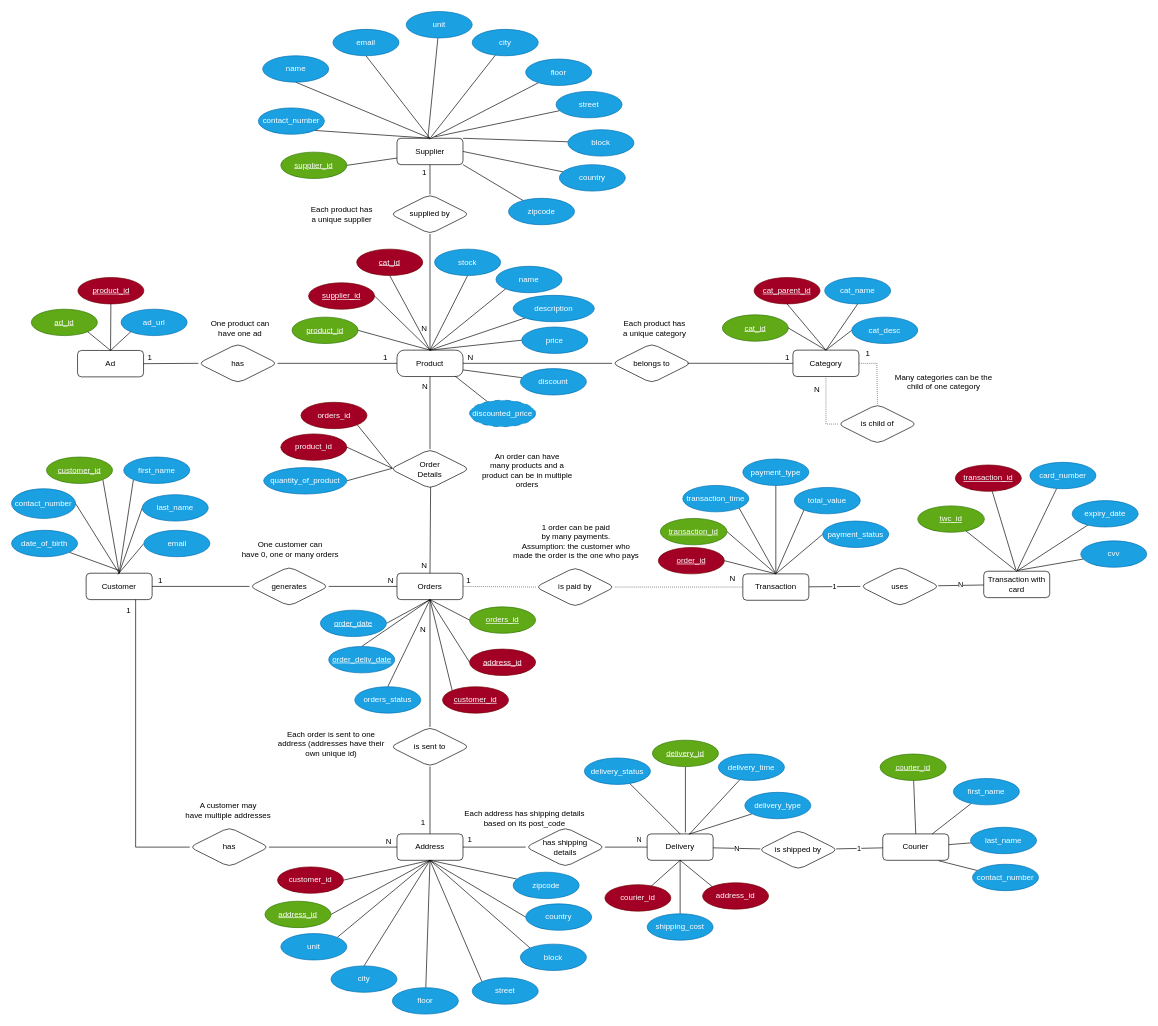
diego-karsa/Data-Management-Group-15 keeps this draw.io diagram as E_R_Diagram/final_ER.drawio. Above is the earlier version. Source tidied: cells renumbered, new cells numbered last; positions are measured from the earlier drawing's top-left corner, leaving out a move shared by most shapes. Both pictures are drawn from the tidied source at 66%, with x=0, y=0 at pixel (11, 11).
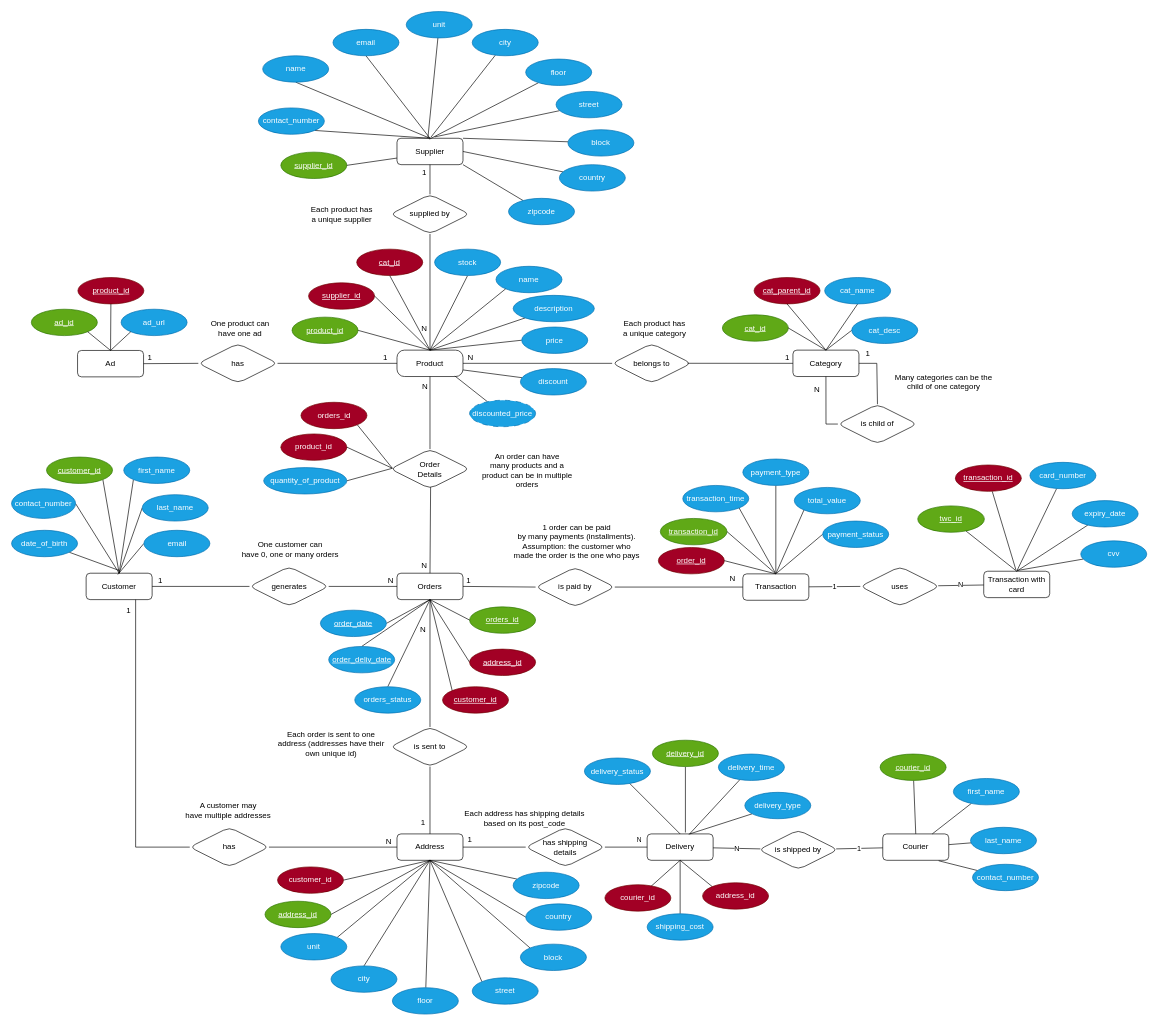
The same diagram, later.

Unchanged cells that the change refers to:
```xml
<mxCell id="7" value="Orders" style="whiteSpace=wrap;html=1;align=center;rounded=1;" parent="1" vertex="1">
  <mxGeometry x="584" y="851" width="100" height="40" as="geometry" />
</mxCell>
<mxCell id="13" value="Transaction" style="whiteSpace=wrap;html=1;align=center;rounded=1;" parent="1" vertex="1">
  <mxGeometry x="1108" y="852" width="100" height="40" as="geometry" />
</mxCell>
<mxCell id="16" value="Category" style="whiteSpace=wrap;html=1;align=center;rounded=1;" parent="1" vertex="1">
  <mxGeometry x="1183.9" y="513" width="100" height="40" as="geometry" />
</mxCell>
<mxCell id="62" value="is paid by" style="shape=rhombus;perimeter=rhombusPerimeter;whiteSpace=wrap;html=1;align=center;rounded=1;" parent="1" vertex="1">
  <mxGeometry x="794" y="842" width="120" height="60" as="geometry" />
</mxCell>
<mxCell id="82" value="is child of" style="shape=rhombus;perimeter=rhombusPerimeter;whiteSpace=wrap;html=1;align=center;rounded=1;shadow=0;" parent="1" vertex="1">
  <mxGeometry x="1252" y="595" width="120" height="60" as="geometry" />
</mxCell>
```

The edit, as a diff of the source:
```diff
@@
-    <mxCell id="63" style="endArrow=none;html=1;rounded=0;dashed=1;dashPattern=1 2;entryX=0;entryY=0.5;entryDx=0;entryDy=0;exitX=1;exitY=0.5;exitDx=0;exitDy=0;" parent="1" edge="1" source="62" target="13">
+    <mxCell id="63" style="endArrow=none;html=1;rounded=0;entryX=0;entryY=0.5;entryDx=0;entryDy=0;exitX=1;exitY=0.5;exitDx=0;exitDy=0;" parent="1" edge="1" source="62" target="13">
       <mxGeometry relative="1" as="geometry" />
     </mxCell>
@@
-    <mxCell id="65" style="endArrow=none;html=1;rounded=0;dashed=1;dashPattern=1 2;exitX=0;exitY=0.5;exitDx=0;exitDy=0;entryX=1;entryY=0.5;entryDx=0;entryDy=0;" parent="1" edge="1" source="62" target="7">
+    <mxCell id="65" style="endArrow=none;html=1;rounded=0;exitX=0;exitY=0.5;exitDx=0;exitDy=0;entryX=1;entryY=0.5;entryDx=0;entryDy=0;" parent="1" edge="1" source="62" target="7">
       <mxGeometry relative="1" as="geometry" />
     </mxCell>
@@
-    <mxCell id="69" value="&lt;div&gt;1 order can be paid &lt;br&gt;by many payments.&lt;br&gt;Assumption: the customer who&lt;br&gt;made the order is the one who pays&lt;/div&gt;" style="text;html=1;align=center;verticalAlign=middle;strokeColor=none;fillColor=none;" parent="1" vertex="1">
-      <mxGeometry x="753" y="768" width="204" height="70" as="geometry" />
+    <mxCell id="69" value="&lt;div&gt;1 order can be paid &lt;br&gt;by many payments (installments).&lt;br&gt;Assumption: the customer who&lt;br&gt;made the order is the one who pays&lt;/div&gt;" style="text;html=1;align=center;verticalAlign=middle;strokeColor=none;fillColor=none;" parent="1" vertex="1">
+      <mxGeometry x="751" y="768" width="209" height="70" as="geometry" />
     </mxCell>
@@
-    <mxCell id="86" style="endArrow=none;html=1;rounded=0;dashed=1;dashPattern=1 2;exitX=0;exitY=0.5;exitDx=0;exitDy=0;entryX=0.5;entryY=1;entryDx=0;entryDy=0;" parent="1" edge="1" source="82" target="16">
+    <mxCell id="86" style="endArrow=none;html=1;rounded=0;exitX=0;exitY=0.5;exitDx=0;exitDy=0;entryX=0.5;entryY=1;entryDx=0;entryDy=0;" parent="1" edge="1" source="82" target="16">
       <mxGeometry relative="1" as="geometry">
         <Array as="points">
           <mxPoint x="1234" y="625" />
         </Array>
       </mxGeometry>
     </mxCell>
@@
-    <mxCell id="88" style="endArrow=none;html=1;rounded=0;dashed=1;dashPattern=1 2;entryX=0.5;entryY=0;entryDx=0;entryDy=0;exitX=1;exitY=0.5;exitDx=0;exitDy=0;" parent="1" edge="1" source="16" target="82">
+    <mxCell id="88" style="endArrow=none;html=1;rounded=0;entryX=0.5;entryY=0;entryDx=0;entryDy=0;exitX=1;exitY=0.5;exitDx=0;exitDy=0;" parent="1" edge="1" source="16" target="82">
       <mxGeometry relative="1" as="geometry">
         <Array as="points">
           <mxPoint x="1311" y="533" />
         </Array>
       </mxGeometry>
     </mxCell>
```
